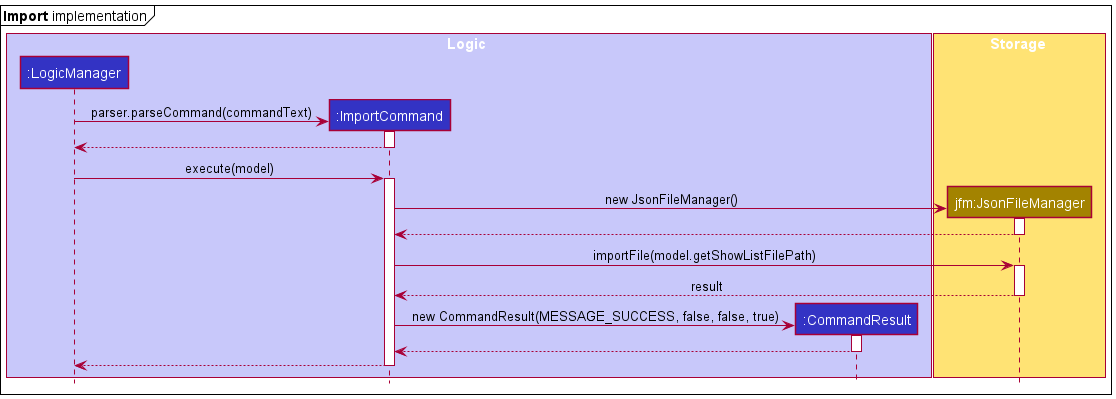
nus-cs2103-AY2122S2/tp keeps this PlantUML diagram as docs/images/ImportSequenceDiagram.png. Above is the earlier version.
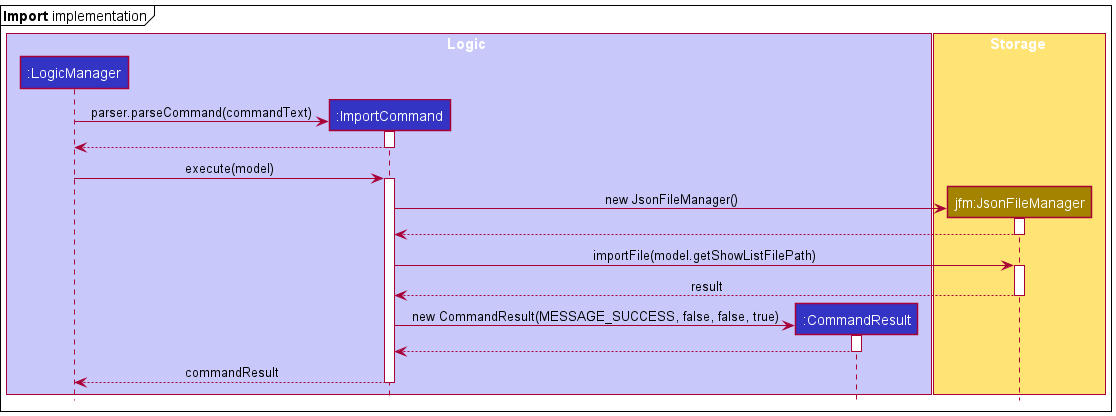
The same file after the commit.

The edit, as a diff of the source:
```diff
@@ -43,7 +43,7 @@
 CommandResult --> ImportCommand
 deactivate CommandResult
 
-ImportCommand --> LogicManager
+ImportCommand --> LogicManager : commandResult
 deactivate ImportCommand
 
 @enduml
```
